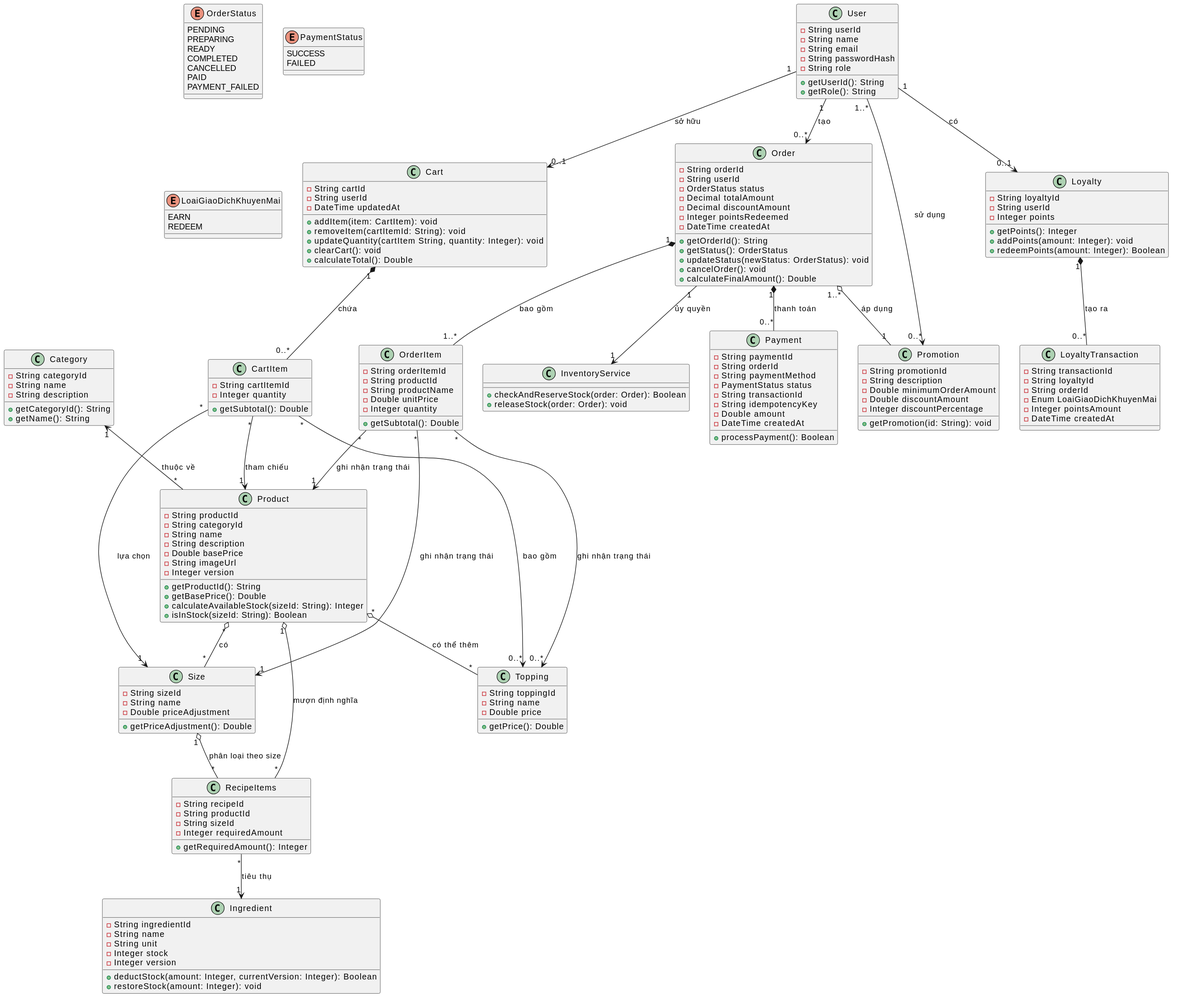
Phuc280106/BrewLite2 keeps this PlantUML diagram as docs/diagrams/class-domain/class-domain.svg. Above is the earlier version.
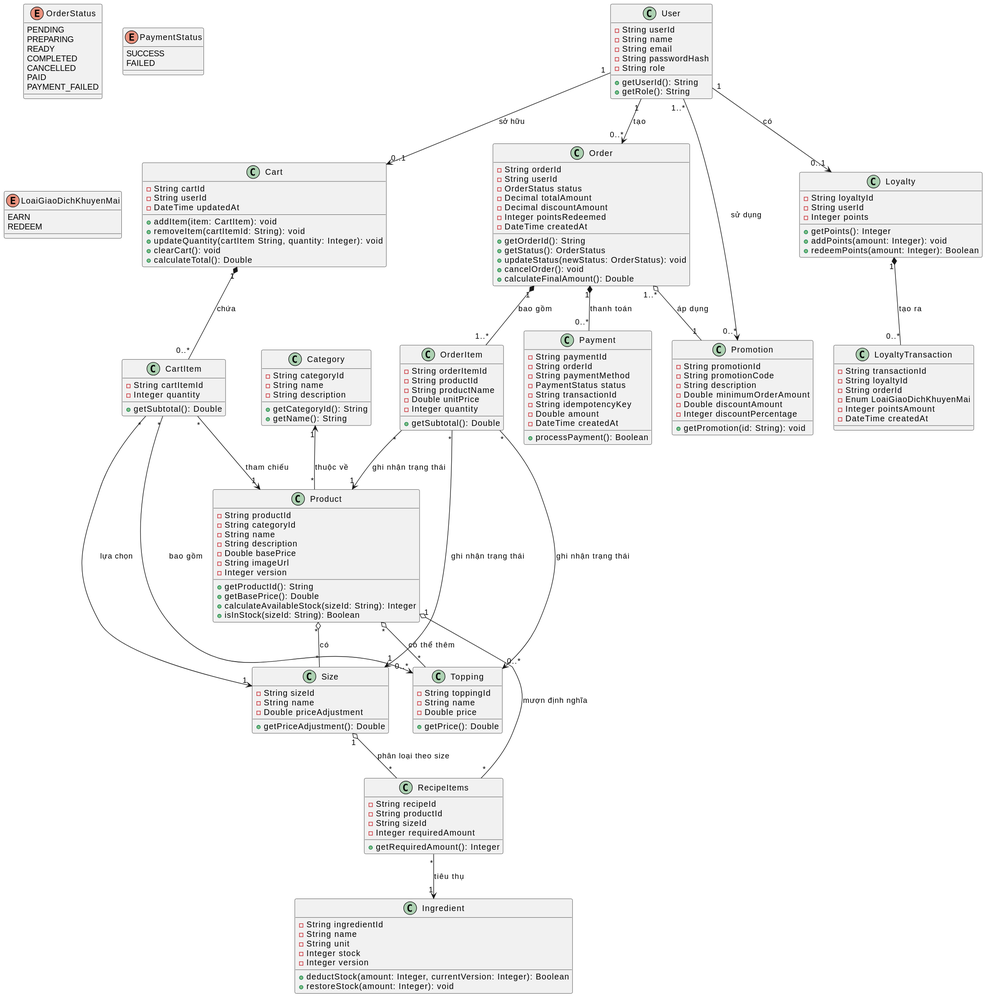
The same file after the commit.

Commit message:
tiếp tục chỉnh sửa class-domain.puml và .svg

The edit, as a diff of the source:
```diff
@@ -139,6 +139,7 @@
 
 class Promotion {
   - String promotionId
+  - String promotionCode
   - String description
   - Double minimumOrderAmount
   - Double discountAmount
@@ -164,10 +165,7 @@
   + getRequiredAmount(): Integer
 }
 
-class InventoryService {
-  + checkAndReserveStock(order: Order): Boolean
-  + releaseStock(order: Order): void
-}
+
 
 
 Category "1" <-- "*" Product : thuộc về
@@ -199,6 +197,4 @@
 Product "1" o-- "*" RecipeItems : mượn định nghĩa
 Size "1" o-- "*" RecipeItems : phân loại theo size
 RecipeItems "*" --> "1" Ingredient : tiêu thụ
-
-Order "1" --> "1" InventoryService : ủy quyền
 @enduml
```
